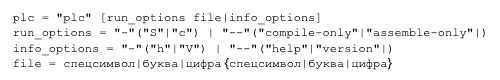
Earlier version of the draw.io export cource-papers/trps/рпз/материалы/курсач_трпс-ОК РБНФ.drawio.png (vzalygin/bmstu-ics6). Source tidied: cells renumbered, new cells last; positions are measured from the earlier drawing's top-left corner, leaving out a move shared by most shapes.
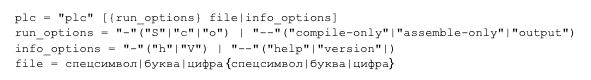
Above is the later version.

Change to the diagram source:
```diff
@@ -2,8 +2,8 @@
   <root>
     <mxCell id="0" />
     <mxCell id="1" parent="0" />
-    <mxCell id="2" value="&lt;div align=&quot;left&quot;&gt;&lt;font face=&quot;Courier New&quot;&gt;plc = &quot;plc&quot; [run_options file|info_options]&lt;/font&gt;&lt;br&gt;&lt;font face=&quot;Courier New&quot;&gt;run_options = &lt;/font&gt;&lt;font face=&quot;Courier New&quot;&gt;&quot;-&quot;(&quot;S&quot;|&quot;c&quot;) | &quot;--&quot;(&quot;compile-only&quot;|&quot;assemble-only&quot;|)&lt;/font&gt;&lt;br&gt;&lt;font face=&quot;Courier New&quot;&gt;info_options = &lt;/font&gt;&lt;font face=&quot;Courier New&quot;&gt;&quot;-&quot;(&quot;h&quot;|&quot;V&quot;) | &quot;--&quot;(&quot;help&quot;|&quot;version&quot;|)&lt;/font&gt;&lt;br&gt;&lt;/div&gt;&lt;div align=&quot;left&quot;&gt;&lt;font face=&quot;Courier New&quot;&gt;file = спецсимвол|буква|цифра&lt;/font&gt; {&lt;font face=&quot;Courier New&quot;&gt;спецсимвол|буква|цифра&lt;/font&gt;}&lt;br&gt;&lt;/div&gt;" style="text;html=1;align=center;verticalAlign=middle;strokeColor=none;fillColor=none;" parent="1" vertex="1">
-      <mxGeometry width="500" height="80" as="geometry" />
+    <mxCell id="2" value="&lt;div align=&quot;left&quot;&gt;&lt;font face=&quot;Courier New&quot;&gt;plc = &quot;plc&quot; [{run_options} file|info_options]&lt;/font&gt;&lt;br&gt;&lt;font face=&quot;Courier New&quot;&gt;run_options = &lt;/font&gt;&lt;font face=&quot;Courier New&quot;&gt;&quot;-&quot;(&quot;S&quot;|&quot;c&quot;|&quot;o&quot;) | &quot;--&quot;(&quot;compile-only&quot;|&quot;assemble-only&quot;|&quot;output&quot;)&lt;/font&gt;&lt;br&gt;&lt;font face=&quot;Courier New&quot;&gt;info_options = &lt;/font&gt;&lt;font face=&quot;Courier New&quot;&gt;&quot;-&quot;(&quot;h&quot;|&quot;V&quot;) | &quot;--&quot;(&quot;help&quot;|&quot;version&quot;|)&lt;/font&gt;&lt;br&gt;&lt;/div&gt;&lt;div align=&quot;left&quot;&gt;&lt;font face=&quot;Courier New&quot;&gt;file = спецсимвол|буква|цифра&lt;/font&gt; {&lt;font face=&quot;Courier New&quot;&gt;спецсимвол|буква|цифра&lt;/font&gt;}&lt;br&gt;&lt;/div&gt;" style="text;html=1;align=center;verticalAlign=middle;strokeColor=none;fillColor=none;" parent="1" vertex="1">
+      <mxGeometry width="590" height="80" as="geometry" />
     </mxCell>
   </root>
 </mxGraphModel>
```
